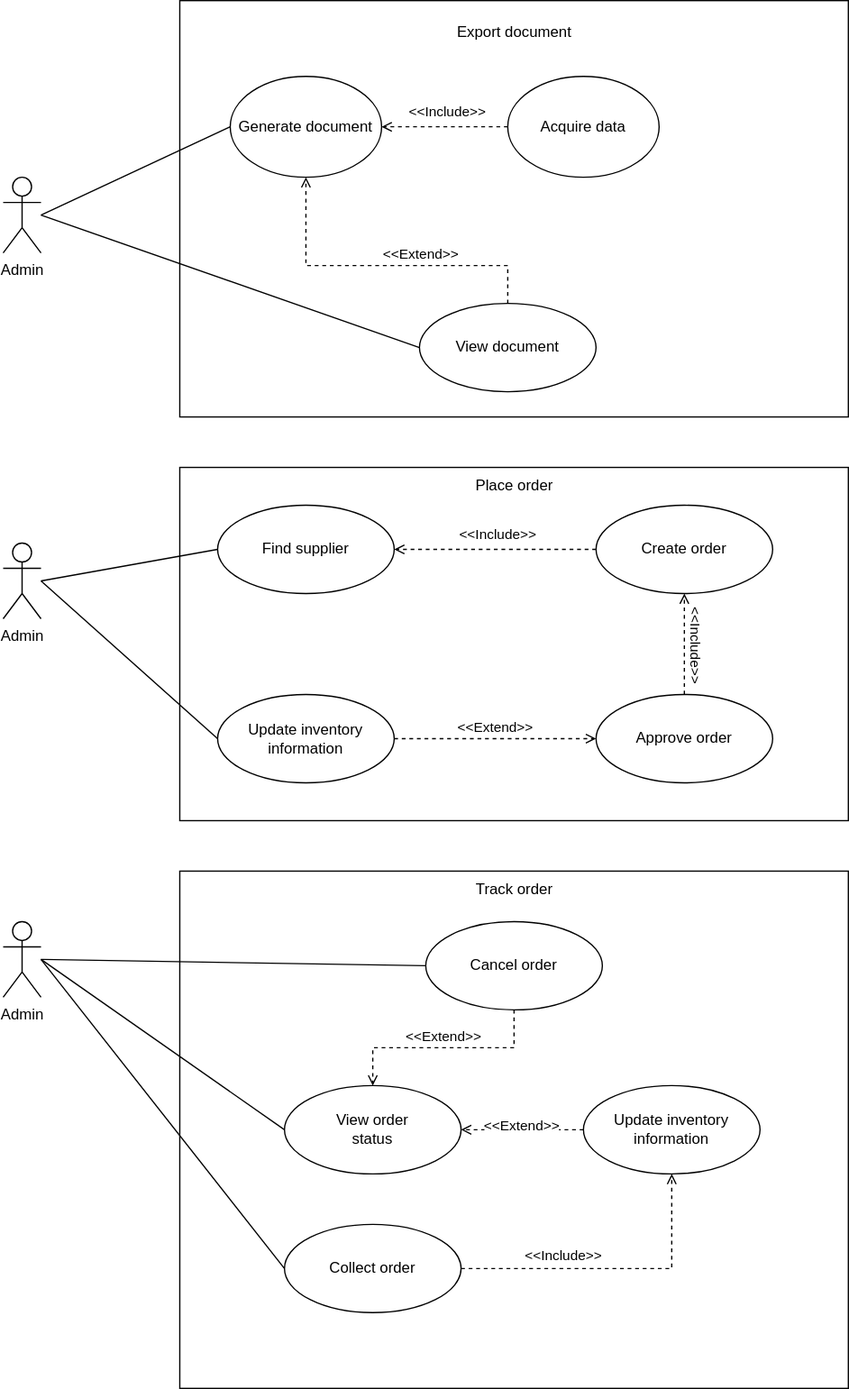
Earlier version of the draw.io export Untitled Diagram.drawio.svg (Simamkele88/IFM3_GP). Source tidied: cells renumbered, new cells last; positions are measured from the earlier drawing's top-left corner, leaving out a move shared by most shapes.
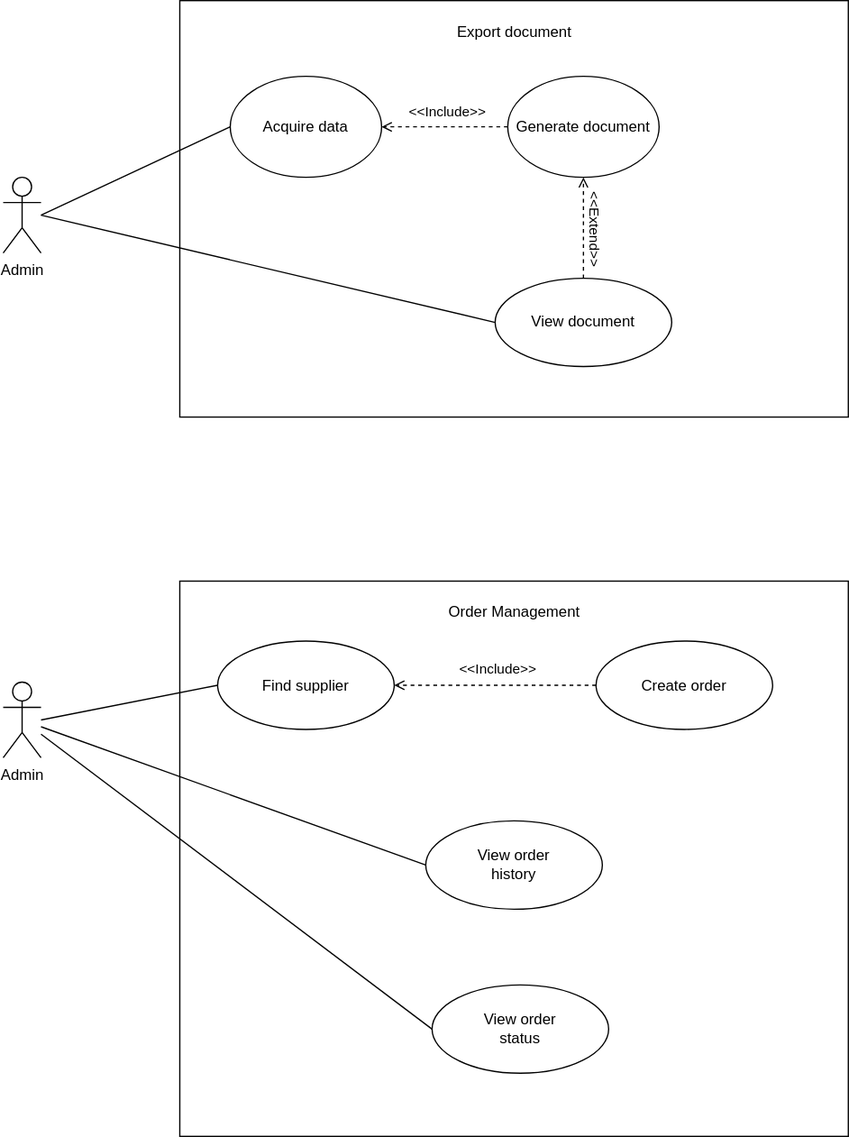
Above is the later version.

Commit message:
Final use case update for D1

What changed in the source:
```diff
@@ -13,13 +13,13 @@
         <mxPoint y="-11" as="offset" />
       </mxGeometry>
     </mxCell>
-    <mxCell id="5" value="Acquire data" style="ellipse;whiteSpace=wrap;html=1;" parent="1" vertex="1">
+    <mxCell id="5" value="Generate document" style="ellipse;whiteSpace=wrap;html=1;" parent="1" vertex="1">
       <mxGeometry x="400" y="60" width="120" height="80" as="geometry" />
     </mxCell>
     <mxCell id="6" value="Export document" style="text;html=1;align=center;verticalAlign=middle;whiteSpace=wrap;rounded=0;" parent="1" vertex="1">
       <mxGeometry x="352.5" y="10" width="105" height="30" as="geometry" />
     </mxCell>
-    <mxCell id="7" value="Generate document" style="ellipse;whiteSpace=wrap;html=1;" parent="1" vertex="1">
+    <mxCell id="7" value="Acquire data" style="ellipse;whiteSpace=wrap;html=1;" parent="1" vertex="1">
       <mxGeometry x="180" y="60" width="120" height="80" as="geometry" />
     </mxCell>
     <mxCell id="8" value="Admin" style="shape=umlActor;verticalLabelPosition=bottom;verticalAlign=top;html=1;" parent="1" vertex="1">
@@ -30,45 +30,37 @@
         <mxPoint x="30" y="170" as="sourcePoint" />
       </mxGeometry>
     </mxCell>
-    <mxCell id="10" style="rounded=0;jettySize=auto;html=1;dashed=1;endArrow=open;endFill=0;entryX=0.5;entryY=1;entryDx=0;entryDy=0;edgeStyle=orthogonalEdgeStyle;" parent="1" edge="1" source="12" target="7">
-      <mxGeometry relative="1" as="geometry">
-        <Array as="points">
-          <mxPoint x="400" y="210" />
-          <mxPoint x="240" y="210" />
-        </Array>
-      </mxGeometry>
+    <mxCell id="10" style="rounded=0;jettySize=auto;html=1;dashed=1;endArrow=open;endFill=0;entryX=0.5;entryY=1;entryDx=0;entryDy=0;edgeStyle=orthogonalEdgeStyle;exitX=0.5;exitY=0;exitDx=0;exitDy=0;" parent="1" edge="1" source="12" target="5">
+      <mxGeometry relative="1" as="geometry" />
     </mxCell>
-    <mxCell id="11" value="&amp;lt;&amp;lt;Extend&amp;gt;&amp;gt;" style="edgeLabel;html=1;align=center;verticalAlign=middle;rotation=0;" parent="10" vertex="1">
+    <mxCell id="11" value="&amp;lt;&amp;lt;Extend&amp;gt;&amp;gt;" style="edgeLabel;html=1;align=center;verticalAlign=middle;rotation=90;" parent="10" vertex="1">
       <mxGeometry x="-0.09" relative="1" as="geometry">
-        <mxPoint x="18" y="-10" as="offset" />
+        <mxPoint x="10" y="-4" as="offset" />
       </mxGeometry>
     </mxCell>
     <mxCell id="12" value="View document" style="ellipse;whiteSpace=wrap;html=1;" parent="1" vertex="1">
-      <mxGeometry x="330" y="240" width="140" height="70" as="geometry" />
+      <mxGeometry x="390" y="220" width="140" height="70" as="geometry" />
     </mxCell>
     <mxCell id="13" style="whiteSpace=wrap;html=1;" parent="1" vertex="1">
-      <mxGeometry x="140" y="370" width="530" height="280" as="geometry" />
+      <mxGeometry x="140" y="460" width="530" height="440" as="geometry" />
     </mxCell>
-    <mxCell id="14" value="Place order" style="text;html=1;align=center;verticalAlign=middle;strokeColor=none;fillColor=none;" parent="1" vertex="1">
-      <mxGeometry x="365" y="370" width="80" height="30" as="geometry" />
+    <mxCell id="14" value="Order Management" style="text;html=1;align=center;verticalAlign=middle;strokeColor=none;fillColor=none;" parent="1" vertex="1">
+      <mxGeometry x="340" y="470" width="130" height="30" as="geometry" />
     </mxCell>
     <mxCell id="15" value="Admin" style="shape=umlActor;verticalLabelPosition=bottom;verticalAlign=top;html=1;" parent="1" vertex="1">
-      <mxGeometry y="430" width="30" height="60" as="geometry" />
+      <mxGeometry y="540" width="30" height="60" as="geometry" />
     </mxCell>
     <mxCell id="16" value="Find supplier" style="ellipse;whiteSpace=wrap;html=1;" parent="1" vertex="1">
-      <mxGeometry x="170" y="400" width="140" height="70" as="geometry" />
+      <mxGeometry x="170" y="507.5" width="140" height="70" as="geometry" />
     </mxCell>
     <mxCell id="17" style="endArrow=none;html=1;rounded=0;entryX=0;entryY=0.5;entryDx=0;entryDy=0;" parent="1" edge="1" target="16">
       <mxGeometry relative="1" as="geometry">
-        <mxPoint x="30" y="460" as="sourcePoint" />
+        <mxPoint x="30" y="570" as="sourcePoint" />
       </mxGeometry>
     </mxCell>
     <mxCell id="18" value="Create order" style="ellipse;whiteSpace=wrap;html=1;" parent="1" vertex="1">
-      <mxGeometry x="470" y="400" width="140" height="70" as="geometry" />
+      <mxGeometry x="470" y="507.5" width="140" height="70" as="geometry" />
     </mxCell>
-    <mxCell id="19" value="Approve order" style="ellipse;whiteSpace=wrap;html=1;" parent="1" vertex="1">
-      <mxGeometry x="470" y="550" width="140" height="70" as="geometry" />
-    </mxCell>
     <mxCell id="20" style="rounded=0;jettySize=auto;html=1;exitX=0;exitY=0.5;exitDx=0;exitDy=0;dashed=1;endArrow=open;endFill=0;entryX=1;entryY=0.5;entryDx=0;entryDy=0;" parent="1" edge="1" source="18" target="16">
       <mxGeometry relative="1" as="geometry" />
     </mxCell>
@@ -77,94 +69,22 @@
         <mxPoint y="-11" as="offset" />
       </mxGeometry>
     </mxCell>
-    <mxCell id="22" style="rounded=0;jettySize=auto;html=1;exitX=0.5;exitY=0;exitDx=0;exitDy=0;dashed=1;endArrow=open;endFill=0;entryX=0.5;entryY=1;entryDx=0;entryDy=0;" parent="1" edge="1" source="19" target="18">
-      <mxGeometry relative="1" as="geometry" />
-    </mxCell>
-    <mxCell id="23" value="&amp;lt;&amp;lt;Include&amp;gt;&amp;gt;" style="edgeLabel;html=1;align=center;verticalAlign=middle;rotation=90;" parent="22" vertex="1">
-      <mxGeometry x="-0.01" y="-2" relative="1" as="geometry">
-        <mxPoint x="8" as="offset" />
-      </mxGeometry>
-    </mxCell>
-    <mxCell id="24" style="rounded=0;jettySize=auto;html=1;exitX=1;exitY=0.5;exitDx=0;exitDy=0;dashed=1;endArrow=open;endFill=0;entryX=0;entryY=0.5;entryDx=0;entryDy=0;" parent="1" edge="1" source="29" target="19">
-      <mxGeometry relative="1" as="geometry" />
-    </mxCell>
-    <mxCell id="25" value="&amp;lt;&amp;lt;Extend&amp;gt;&amp;gt;" style="edgeLabel;html=1;align=center;verticalAlign=middle;rotation=0;" parent="24" vertex="1">
-      <mxGeometry x="-0.01" y="-2" relative="1" as="geometry">
-        <mxPoint y="-12" as="offset" />
-      </mxGeometry>
-    </mxCell>
     <mxCell id="26" style="endArrow=none;html=1;rounded=0;entryX=0;entryY=0.5;entryDx=0;entryDy=0;" parent="1" edge="1" target="12">
       <mxGeometry relative="1" as="geometry">
         <mxPoint x="30" y="170" as="sourcePoint" />
       </mxGeometry>
     </mxCell>
-    <mxCell id="27" style="whiteSpace=wrap;html=1;" parent="1" vertex="1">
-      <mxGeometry x="140" y="690" width="530" height="410" as="geometry" />
-    </mxCell>
-    <mxCell id="28" value="Track order" style="text;html=1;align=center;verticalAlign=middle;strokeColor=none;fillColor=none;" parent="1" vertex="1">
-      <mxGeometry x="365" y="690" width="80" height="30" as="geometry" />
-    </mxCell>
-    <mxCell id="29" value="Update inventory&lt;div&gt;information&lt;/div&gt;" style="ellipse;whiteSpace=wrap;html=1;" parent="1" vertex="1">
-      <mxGeometry x="170" y="550" width="140" height="70" as="geometry" />
-    </mxCell>
-    <mxCell id="30" style="endArrow=none;html=1;rounded=0;entryX=0;entryY=0.5;entryDx=0;entryDy=0;" parent="1" edge="1" target="29">
-      <mxGeometry relative="1" as="geometry">
-        <mxPoint x="30" y="460" as="sourcePoint" />
-      </mxGeometry>
-    </mxCell>
-    <mxCell id="31" value="Admin" style="shape=umlActor;verticalLabelPosition=bottom;verticalAlign=top;html=1;" parent="1" vertex="1">
-      <mxGeometry y="730" width="30" height="60" as="geometry" />
-    </mxCell>
+    <mxCell id="45" value="View order&lt;div&gt;history&lt;/div&gt;" style="ellipse;whiteSpace=wrap;html=1;" parent="1" vertex="1">
+      <mxGeometry x="335" y="650" width="140" height="70" as="geometry" />
+    </mxCell>
+    <mxCell id="46" style="endArrow=none;html=1;rounded=0;entryX=0;entryY=0.5;entryDx=0;entryDy=0;" parent="1" edge="1" source="15" target="45">
+      <mxGeometry relative="1" as="geometry" />
+    </mxCell>
     <mxCell id="32" value="View order&lt;div&gt;status&lt;/div&gt;" style="ellipse;whiteSpace=wrap;html=1;" parent="1" vertex="1">
-      <mxGeometry x="223" y="860" width="140" height="70" as="geometry" />
+      <mxGeometry x="340" y="780" width="140" height="70" as="geometry" />
     </mxCell>
-    <mxCell id="33" value="Collect order" style="ellipse;whiteSpace=wrap;html=1;" parent="1" vertex="1">
-      <mxGeometry x="223" y="970" width="140" height="70" as="geometry" />
-    </mxCell>
-    <mxCell id="34" style="rounded=0;jettySize=auto;html=1;dashed=1;endArrow=open;endFill=0;edgeStyle=orthogonalEdgeStyle;exitX=1;exitY=0.5;exitDx=0;exitDy=0;entryX=0.5;entryY=1;entryDx=0;entryDy=0;" parent="1" edge="1" source="33" target="38">
-      <mxGeometry relative="1" as="geometry" />
-    </mxCell>
-    <mxCell id="35" value="&amp;lt;&amp;lt;Include&amp;gt;&amp;gt;" style="edgeLabel;html=1;align=center;verticalAlign=middle;rotation=0;" parent="34" vertex="1">
-      <mxGeometry x="-0.01" y="-2" relative="1" as="geometry">
-        <mxPoint x="-40" y="-13" as="offset" />
-      </mxGeometry>
-    </mxCell>
-    <mxCell id="36" style="endArrow=none;html=1;rounded=0;entryX=0;entryY=0.5;entryDx=0;entryDy=0;" parent="1" edge="1" target="33">
-      <mxGeometry relative="1" as="geometry">
-        <mxPoint x="30" y="760" as="sourcePoint" />
-      </mxGeometry>
-    </mxCell>
-    <mxCell id="37" style="endArrow=none;html=1;rounded=0;entryX=0;entryY=0.5;entryDx=0;entryDy=0;" parent="1" edge="1" target="32">
-      <mxGeometry relative="1" as="geometry">
-        <mxPoint x="30" y="760" as="sourcePoint" />
-      </mxGeometry>
-    </mxCell>
-    <mxCell id="38" value="Update inventory&lt;div&gt;information&lt;/div&gt;" style="ellipse;whiteSpace=wrap;html=1;" parent="1" vertex="1">
-      <mxGeometry x="460" y="860" width="140" height="70" as="geometry" />
-    </mxCell>
-    <mxCell id="39" style="rounded=0;jettySize=auto;html=1;dashed=1;endArrow=open;endFill=0;entryX=1;entryY=0.5;entryDx=0;entryDy=0;exitX=0;exitY=0.5;exitDx=0;exitDy=0;" parent="1" edge="1" source="38" target="32">
-      <mxGeometry relative="1" as="geometry" />
-    </mxCell>
-    <mxCell id="40" value="&amp;lt;&amp;lt;Extend&amp;gt;&amp;gt;" style="edgeLabel;html=1;align=center;verticalAlign=middle;rotation=0;" parent="39" vertex="1">
-      <mxGeometry x="-0.01" y="-2" relative="1" as="geometry">
-        <mxPoint x="-2" y="-2" as="offset" />
-      </mxGeometry>
-    </mxCell>
-    <mxCell id="41" value="Cancel order" style="ellipse;whiteSpace=wrap;html=1;" parent="1" vertex="1">
-      <mxGeometry x="335" y="730" width="140" height="70" as="geometry" />
-    </mxCell>
-    <mxCell id="42" style="endArrow=none;html=1;rounded=0;entryX=0;entryY=0.5;entryDx=0;entryDy=0;" parent="1" edge="1" target="41">
-      <mxGeometry relative="1" as="geometry">
-        <mxPoint x="30" y="760" as="sourcePoint" />
-      </mxGeometry>
-    </mxCell>
-    <mxCell id="43" style="rounded=0;jettySize=auto;html=1;dashed=1;endArrow=open;endFill=0;entryX=0.5;entryY=0;entryDx=0;entryDy=0;exitX=0.5;exitY=1;exitDx=0;exitDy=0;edgeStyle=orthogonalEdgeStyle;" parent="1" edge="1" source="41" target="32">
-      <mxGeometry relative="1" as="geometry" />
-    </mxCell>
-    <mxCell id="44" value="&amp;lt;&amp;lt;Extend&amp;gt;&amp;gt;" style="edgeLabel;html=1;align=center;verticalAlign=middle;rotation=0;" parent="43" vertex="1">
-      <mxGeometry x="-0.01" y="-2" relative="1" as="geometry">
-        <mxPoint x="-2" y="-8" as="offset" />
-      </mxGeometry>
-    </mxCell>
+    <mxCell id="47" style="endArrow=none;html=1;rounded=0;entryX=0;entryY=0.5;entryDx=0;entryDy=0;" parent="1" edge="1" source="15" target="32">
+      <mxGeometry relative="1" as="geometry" />
+    </mxCell>
   </root>
 </mxGraphModel>
```
